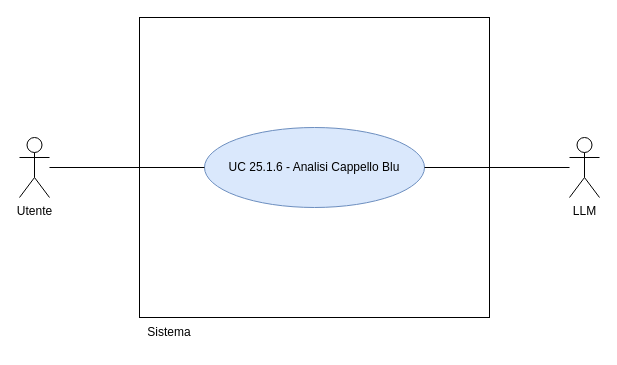
thebitless-group-swe/thebitless.github.io keeps this draw.io diagram as RTB/doc_esterna/analisi-dei-requisiti/assets/draw.io/UC25.1.6.drawio. Above is the earlier version. Source tidied: cells renumbered, new cells numbered last; positions are measured from the earlier drawing's top-left corner, leaving out a move shared by most shapes. Both pictures are drawn from the tidied source at 100%, with x=0, y=0 at pixel (19, 17).
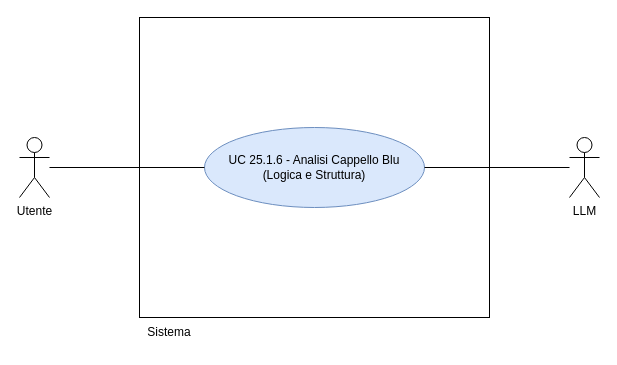
The same diagram, later.

Diff of the diagram source:
```diff
@@
 <mxGraphModel>
   <root>
     <mxCell id="0" />
     <mxCell id="1" parent="0" />
     <mxCell id="2" value="Utente" style="shape=umlActor;verticalLabelPosition=bottom;verticalAlign=top;html=1;outlineConnect=0;" parent="1" vertex="1">
       <mxGeometry y="120" width="30" height="60" as="geometry" />
     </mxCell>
     <mxCell id="3" value="LLM" style="shape=umlActor;verticalLabelPosition=bottom;verticalAlign=top;html=1;outlineConnect=0;" parent="1" vertex="1">
       <mxGeometry x="550" y="120" width="30" height="60" as="geometry" />
     </mxCell>
     <mxCell id="4" style="whiteSpace=wrap;html=1;" parent="1" vertex="1">
       <mxGeometry x="120" width="350" height="300" as="geometry" />
     </mxCell>
     <mxCell id="5" value="Sistema" style="text;html=1;whiteSpace=wrap;strokeColor=none;fillColor=none;align=center;verticalAlign=middle;rounded=0;" parent="1" vertex="1">
       <mxGeometry x="120" y="300" width="60" height="30" as="geometry" />
     </mxCell>
-    <mxCell id="6" value="UC 25.1.6 - Analisi Cappello Blu" style="ellipse;whiteSpace=wrap;html=1;fillColor=#dae8fc;strokeColor=#6c8ebf;" parent="1" vertex="1">
+    <mxCell id="6" value="UC 25.1.6 - Analisi Cappello Blu&lt;div&gt;(Logica e Struttura)&lt;/div&gt;" style="ellipse;whiteSpace=wrap;html=1;fillColor=#dae8fc;strokeColor=#6c8ebf;" parent="1" vertex="1">
       <mxGeometry x="185" y="110" width="220" height="80" as="geometry" />
     </mxCell>
     <mxCell id="7" style="edgeStyle=none;rounded=0;jettySize=auto;html=1;endArrow=none;endFill=0;" parent="1" edge="1" source="2" target="6">
       <mxGeometry relative="1" as="geometry" />
     </mxCell>
     <mxCell id="8" style="edgeStyle=none;rounded=0;jettySize=auto;html=1;endArrow=none;endFill=0;" parent="1" edge="1" source="3" target="6">
       <mxGeometry relative="1" as="geometry" />
     </mxCell>
   </root>
 </mxGraphModel>
```
